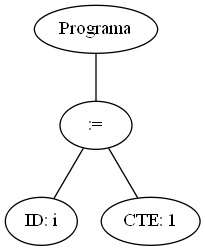
The Graphviz diagram AnalizadorLexico/arbol.png in JosueGaticaOdato/Integrador-TEOI, before a commit. Its source is kept beside it as AnalizadorLexico/arbol.dot.
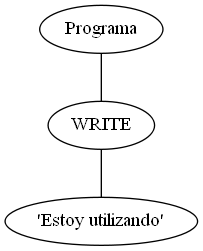
Later version of the same file.

Commit message:
WRITE solo para texto funcionando

Diff of the diagram source:
```diff
@@ -1,8 +1,6 @@
 graph G {nodo_programa [label="Programa"]
-nodo_987650520 [label=":="]
-nodo_programa -- nodo_987650520
-nodo_1643518164 [label="ID: i"]
-nodo_987650520 -- nodo_1643518164
-nodo_1947889999 [label="CTE: 1"]
-nodo_987650520 -- nodo_1947889999
+nodo_1077254329 [label="WRITE"]
+nodo_programa -- nodo_1077254329
+nodo_440038503 [label="'Estoy utilizando'"]
+nodo_1077254329 -- nodo_440038503
 }
```
